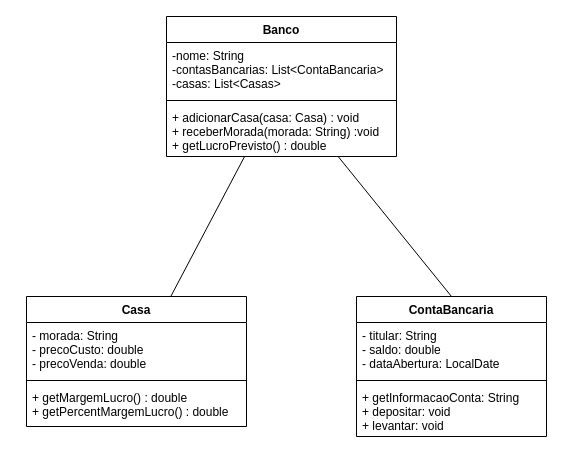
The draw.io diagram Diagrama UML.drawio in gonnatinfo2000/Ficha-3, before the edit. Source tidied: cells renumbered, new cells numbered last; positions are measured from the earlier drawing's top-left corner, leaving out a move shared by most shapes. Both pictures are drawn from the tidied source at 100%, with x=0, y=0 at pixel (26, 16).
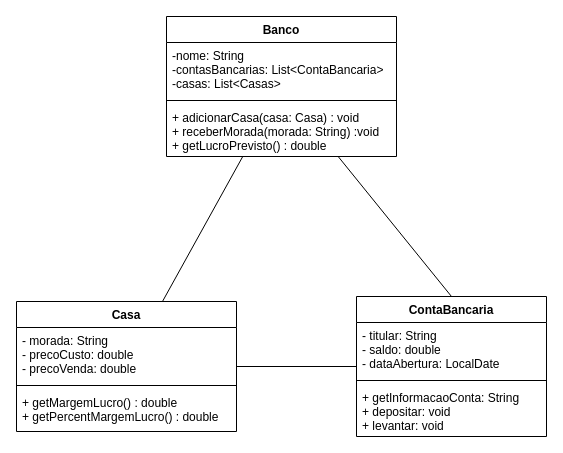
The same page after the edit.

Change to the diagram source:
```diff
@@
 <mxGraphModel>
   <root>
     <mxCell id="0" />
     <mxCell id="1" parent="0" />
     <mxCell id="2" value="Banco" style="swimlane;fontStyle=1;align=center;verticalAlign=top;horizontal=1;startSize=26;" parent="1" vertex="1">
       <mxGeometry x="140" width="230" height="140" as="geometry" />
     </mxCell>
     <mxCell id="3" value="-nome: String&#10;-contasBancarias: List&lt;ContaBancaria&gt;&#10;-casas: List&lt;Casas&gt;&#10; " style="text;strokeColor=none;fillColor=none;align=left;verticalAlign=top;spacingLeft=4;spacingRight=4;overflow=hidden;" parent="2" vertex="1">
       <mxGeometry y="26" width="230" height="54" as="geometry" />
     </mxCell>
     <mxCell id="4" style="line;strokeWidth=1;fillColor=none;align=left;verticalAlign=middle;spacingTop=-1;spacingLeft=3;spacingRight=3;labelPosition=right;" parent="2" vertex="1">
       <mxGeometry y="80" width="230" height="8" as="geometry" />
     </mxCell>
     <mxCell id="5" value="+ adicionarCasa(casa: Casa) : void&#10;+ receberMorada(morada: String) :void&#10;+ getLucroPrevisto() : double" style="text;strokeColor=none;fillColor=none;align=left;verticalAlign=top;spacingLeft=4;spacingRight=4;overflow=hidden;" parent="2" vertex="1">
       <mxGeometry y="88" width="230" height="52" as="geometry" />
     </mxCell>
     <mxCell id="6" value="ContaBancaria" style="swimlane;fontStyle=1;align=center;verticalAlign=top;horizontal=1;startSize=26;" parent="1" vertex="1">
       <mxGeometry x="330" y="280" width="190" height="140" as="geometry" />
     </mxCell>
     <mxCell id="7" value="- titular: String&#10;- saldo: double&#10;- dataAbertura: LocalDate" style="text;strokeColor=none;fillColor=none;align=left;verticalAlign=top;spacingLeft=4;spacingRight=4;overflow=hidden;" parent="6" vertex="1">
       <mxGeometry y="26" width="190" height="54" as="geometry" />
     </mxCell>
     <mxCell id="8" style="line;strokeWidth=1;fillColor=none;align=left;verticalAlign=middle;spacingTop=-1;spacingLeft=3;spacingRight=3;labelPosition=right;" parent="6" vertex="1">
       <mxGeometry y="80" width="190" height="8" as="geometry" />
     </mxCell>
     <mxCell id="9" value="+ getInformacaoConta: String&#10;+ depositar: void&#10;+ levantar: void&#10; " style="text;strokeColor=none;fillColor=none;align=left;verticalAlign=top;spacingLeft=4;spacingRight=4;overflow=hidden;" parent="6" vertex="1">
       <mxGeometry y="88" width="190" height="52" as="geometry" />
     </mxCell>
     <mxCell id="10" value="Casa" style="swimlane;fontStyle=1;align=center;verticalAlign=top;horizontal=1;startSize=26;" parent="1" vertex="1">
-      <mxGeometry y="280" width="220" height="130" as="geometry" />
+      <mxGeometry x="-10" y="285" width="220" height="130" as="geometry" />
     </mxCell>
     <mxCell id="11" value="- morada: String&#10;- precoCusto: double&#10;- precoVenda: double" style="text;strokeColor=none;fillColor=none;align=left;verticalAlign=top;spacingLeft=4;spacingRight=4;overflow=hidden;" parent="10" vertex="1">
       <mxGeometry y="26" width="220" height="54" as="geometry" />
     </mxCell>
     <mxCell id="12" style="line;strokeWidth=1;fillColor=none;align=left;verticalAlign=middle;spacingTop=-1;spacingLeft=3;spacingRight=3;labelPosition=right;" parent="10" vertex="1">
       <mxGeometry y="80" width="220" height="8" as="geometry" />
     </mxCell>
     <mxCell id="13" value="+ getMargemLucro() : double&#10;+ getPercentMargemLucro() : double" style="text;strokeColor=none;fillColor=none;align=left;verticalAlign=top;spacingLeft=4;spacingRight=4;overflow=hidden;" parent="10" vertex="1">
       <mxGeometry y="88" width="220" height="42" as="geometry" />
     </mxCell>
     <mxCell id="14" style="endArrow=none;html=1;rounded=0;entryX=0.5;entryY=0;entryDx=0;entryDy=0;" parent="1" edge="1" source="2" target="6">
       <mxGeometry relative="1" as="geometry" />
     </mxCell>
     <mxCell id="15" style="endArrow=none;html=1;rounded=0;" parent="1" edge="1" source="2" target="10">
       <mxGeometry relative="1" as="geometry" />
     </mxCell>
+    <mxCell id="16" style="endArrow=none;html=1;rounded=0;" parent="1" edge="1" source="6" target="10">
+      <mxGeometry relative="1" as="geometry" />
+    </mxCell>
   </root>
 </mxGraphModel>
```
